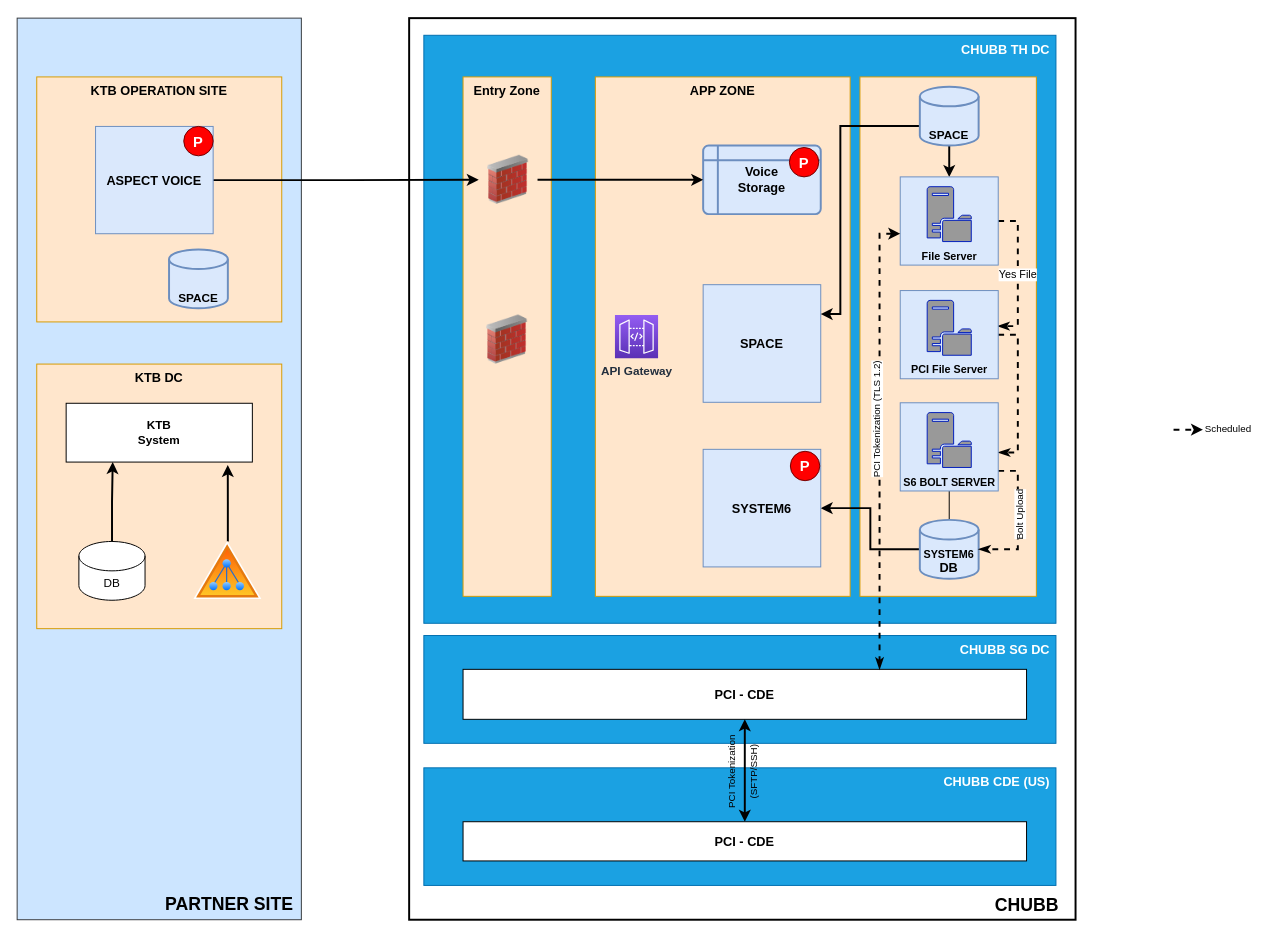
This is KTB.drawio from saileshsharma/saileshsharma, a draw.io file, before an edit. Source tidied: cells renumbered, new cells numbered last; positions are measured from the earlier drawing's top-left corner, leaving out a move shared by most shapes. Both pictures are drawn from the tidied source at 98%, with x=0, y=0 at pixel (17, 18).
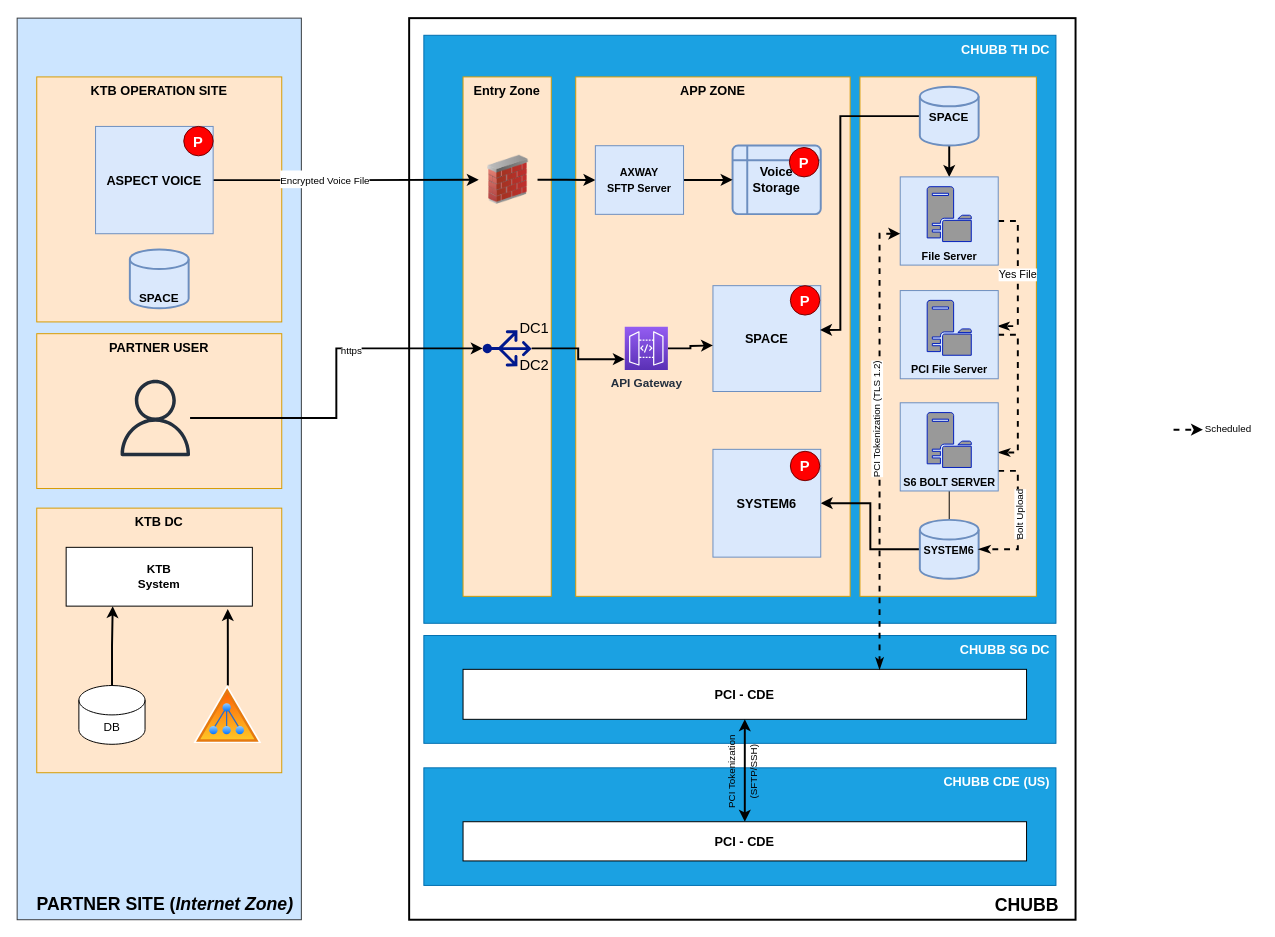
Above is the later version.

Unchanged cells that the change refers to:
```xml
<mxCell id="32" style="rounded=0;whiteSpace=wrap;html=1;labelBackgroundColor=default;fontSize=10;strokeColor=#6c8ebf;strokeWidth=1;fillColor=#dae8fc;fontStyle=1;" parent="1" vertex="1">
  <mxGeometry x="901.1" y="162" width="100" height="90" as="geometry" />
</mxCell>
<mxCell id="48" style="edgeStyle=orthogonalEdgeStyle;rounded=0;jettySize=auto;html=1;entryX=0;entryY=0.5;entryDx=0;entryDy=0;fontSize=15;fontColor=#000000;strokeWidth=2;" parent="1" edge="1" source="49" target="53">
  <mxGeometry relative="1" as="geometry" />
</mxCell>
<mxCell id="53" style="image;html=1;image=img/lib/clip_art/networking/Firewall_02_128x128.png;fontSize=13;fillColor=default;" parent="1" vertex="1">
  <mxGeometry x="471" y="140" width="60" height="50" as="geometry" />
</mxCell>
```

What changed in the source:
```diff
@@
-    <mxCell id="2" value="&lt;div style=&quot;&quot;&gt;&lt;span style=&quot;background-color: initial; font-size: 18px;&quot;&gt;&lt;b&gt;PARTNER SITE&lt;/b&gt;&lt;/span&gt;&lt;/div&gt;" style="rounded=0;whiteSpace=wrap;html=1;fillColor=#cce5ff;strokeColor=#36393d;verticalAlign=bottom;align=right;spacingRight=6;spacingBottom=1;" parent="1" vertex="1">
+    <mxCell id="2" value="&lt;div style=&quot;&quot;&gt;&lt;span style=&quot;background-color: initial; font-size: 18px;&quot;&gt;&lt;b&gt;PARTNER SITE (&lt;i&gt;Internet Zone)&lt;/i&gt;&lt;/b&gt;&lt;/span&gt;&lt;/div&gt;" style="rounded=0;whiteSpace=wrap;html=1;fillColor=#cce5ff;strokeColor=#36393d;verticalAlign=bottom;align=right;spacingRight=6;spacingBottom=1;" parent="1" vertex="1">
       <mxGeometry width="290" height="920" as="geometry" />
     </mxCell>
     <mxCell id="3" value="KTB DC" style="rounded=0;whiteSpace=wrap;html=1;verticalAlign=top;fontStyle=1;fontSize=13;fillColor=#ffe6cc;strokeColor=#d79b00;" parent="1" vertex="1">
-      <mxGeometry x="20" y="353" width="250" height="270" as="geometry" />
+      <mxGeometry x="20" y="500" width="250" height="270" as="geometry" />
     </mxCell>
@@
     <mxCell id="5" value="DB" style="shape=cylinder3;whiteSpace=wrap;html=1;boundedLbl=1;backgroundOutline=1;size=15;" parent="1" vertex="1">
-      <mxGeometry x="63" y="534" width="67.5" height="60" as="geometry" />
+      <mxGeometry x="63" y="681" width="67.5" height="60" as="geometry" />
     </mxCell>
@@
     <mxCell id="7" style="perimeter=ellipsePerimeter;html=1;align=center;shadow=0;dashed=0;spacingTop=3;image;image=img/lib/active_directory/active_directory.svg;" parent="1" vertex="1">
-      <mxGeometry x="180" y="534" width="70" height="59.5" as="geometry" />
+      <mxGeometry x="180" y="681" width="70" height="59.5" as="geometry" />
     </mxCell>
     <mxCell id="8" value="&lt;b&gt;KTB&lt;br&gt;System&lt;/b&gt;" style="rounded=0;whiteSpace=wrap;html=1;" parent="1" vertex="1">
-      <mxGeometry x="50" y="393" width="190" height="60" as="geometry" />
+      <mxGeometry x="50" y="540" width="190" height="60" as="geometry" />
     </mxCell>
@@
     <mxCell id="12" value="APP ZONE" style="rounded=0;whiteSpace=wrap;html=1;verticalAlign=top;fontStyle=1;fontSize=13;fillColor=#ffe6cc;strokeColor=#d79b00;" parent="1" vertex="1">
-      <mxGeometry x="590" y="60" width="260" height="530" as="geometry" />
+      <mxGeometry x="570" y="60" width="280" height="530" as="geometry" />
     </mxCell>
-    <mxCell id="13" style="image;html=1;image=img/lib/clip_art/networking/Firewall_02_128x128.png;fontSize=13;fillColor=default;" parent="1" vertex="1">
-      <mxGeometry x="470" y="303" width="60" height="50" as="geometry" />
-    </mxCell>
@@
     <mxCell id="15" value="SPACE" style="rounded=0;whiteSpace=wrap;html=1;fontSize=13;fillColor=#dae8fc;strokeColor=#6c8ebf;fontStyle=1;" parent="1" vertex="1">
-      <mxGeometry x="700" y="272" width="120" height="120" as="geometry" />
+      <mxGeometry x="710" y="273" width="110" height="108" as="geometry" />
     </mxCell>
     <mxCell id="16" value="Voice&lt;br&gt;Storage" style="shape=internalStorage;whiteSpace=wrap;html=1;dx=15;dy=15;rounded=1;arcSize=8;strokeWidth=2;fontSize=13;fillColor=#dae8fc;strokeColor=#6c8ebf;fontStyle=1;" parent="1" vertex="1">
-      <mxGeometry x="700" y="130" width="120" height="70" as="geometry" />
+      <mxGeometry x="730" y="130" width="90" height="70" as="geometry" />
     </mxCell>
@@
-    <mxCell id="19" value="&lt;b&gt;&lt;span style=&quot;font-size: 11px;&quot;&gt;SYSTEM6&lt;br&gt;&lt;/span&gt;DB&lt;/b&gt;" style="strokeWidth=2;html=1;shape=mxgraph.flowchart.database;whiteSpace=wrap;fontSize=13;fillColor=#dae8fc;verticalAlign=bottom;strokeColor=#6c8ebf;" parent="1" vertex="1">
+    <mxCell id="19" value="&lt;b&gt;&lt;span style=&quot;font-size: 11px;&quot;&gt;SYSTEM6&lt;/span&gt;&lt;br&gt;&lt;/b&gt;" style="strokeWidth=2;html=1;shape=mxgraph.flowchart.database;whiteSpace=wrap;fontSize=13;fillColor=#dae8fc;verticalAlign=middle;strokeColor=#6c8ebf;" parent="1" vertex="1">
       <mxGeometry x="921.1" y="512" width="60" height="60" as="geometry" />
     </mxCell>
+    <mxCell id="21" style="edgeStyle=orthogonalEdgeStyle;rounded=0;jettySize=auto;html=1;entryX=0.5;entryY=0;entryDx=0;entryDy=0;fontSize=15;fontColor=#000000;strokeWidth=2;" parent="1" edge="1" source="22" target="32">
+      <mxGeometry relative="1" as="geometry" />
+    </mxCell>
-    <mxCell id="20" style="edgeStyle=orthogonalEdgeStyle;rounded=0;jettySize=auto;html=1;entryX=1;entryY=0.25;entryDx=0;entryDy=0;fontSize=15;fontColor=#000000;strokeWidth=2;" parent="1" edge="1" source="22" target="15">
+    <mxCell id="20" style="edgeStyle=orthogonalEdgeStyle;rounded=0;jettySize=auto;html=1;entryX=0.994;entryY=0.418;entryDx=0;entryDy=0;entryPerimeter=0;fontSize=15;fontColor=#000000;strokeWidth=2;" parent="1" edge="1" source="22" target="15">
       <mxGeometry relative="1" as="geometry">
         <Array as="points">
-          <mxPoint x="840" y="110" />
-          <mxPoint x="840" y="302" />
+          <mxPoint x="840" y="100" />
+          <mxPoint x="840" y="318" />
         </Array>
       </mxGeometry>
     </mxCell>
-    <mxCell id="21" style="edgeStyle=orthogonalEdgeStyle;rounded=0;jettySize=auto;html=1;entryX=0.5;entryY=0;entryDx=0;entryDy=0;fontSize=15;fontColor=#000000;strokeWidth=2;" parent="1" edge="1" source="22" target="32">
-      <mxGeometry relative="1" as="geometry" />
-    </mxCell>
-    <mxCell id="22" value="&lt;span style=&quot;font-size: 12px;&quot;&gt;&lt;b&gt;SPACE&lt;/b&gt;&lt;/span&gt;" style="strokeWidth=2;html=1;shape=mxgraph.flowchart.database;whiteSpace=wrap;fontSize=13;fillColor=#dae8fc;verticalAlign=bottom;strokeColor=#6c8ebf;" parent="1" vertex="1">
+    <mxCell id="22" value="&lt;span style=&quot;font-size: 12px;&quot;&gt;&lt;b&gt;SPACE&lt;/b&gt;&lt;/span&gt;" style="strokeWidth=2;html=1;shape=mxgraph.flowchart.database;whiteSpace=wrap;fontSize=13;fillColor=#dae8fc;verticalAlign=middle;strokeColor=#6c8ebf;" parent="1" vertex="1">
       <mxGeometry x="921.1" y="70" width="60" height="60" as="geometry" />
     </mxCell>
+    <mxCell id="54" style="edgeStyle=orthogonalEdgeStyle;rounded=0;jettySize=auto;html=1;fontSize=15;fontColor=#000000;strokeWidth=2;" parent="1" edge="1" source="23">
+      <mxGeometry relative="1" as="geometry">
+        <mxPoint x="710" y="334" as="targetPoint" />
+      </mxGeometry>
+    </mxCell>
     <mxCell id="23" value="&lt;b&gt;API Gateway&lt;/b&gt;" style="sketch=0;points=[[0,0,0],[0.25,0,0],[0.5,0,0],[0.75,0,0],[1,0,0],[0,1,0],[0.25,1,0],[0.5,1,0],[0.75,1,0],[1,1,0],[0,0.25,0],[0,0.5,0],[0,0.75,0],[1,0.25,0],[1,0.5,0],[1,0.75,0]];outlineConnect=0;fontColor=#232F3E;gradientColor=#945DF2;gradientDirection=north;fillColor=#5A30B5;strokeColor=#ffffff;dashed=0;verticalLabelPosition=bottom;verticalAlign=top;align=center;html=1;fontSize=12;fontStyle=0;shape=mxgraph.aws4.resourceIcon;resIcon=mxgraph.aws4.api_gateway;" parent="1" vertex="1">
-      <mxGeometry x="610" y="303" width="44" height="44" as="geometry" />
+      <mxGeometry x="620" y="315" width="44" height="44" as="geometry" />
     </mxCell>
     <mxCell id="24" value="&lt;b&gt;SYSTEM6&lt;/b&gt;" style="rounded=0;whiteSpace=wrap;html=1;fontSize=13;fillColor=#dae8fc;strokeColor=#6c8ebf;" parent="1" vertex="1">
-      <mxGeometry x="700" y="440" width="120" height="120" as="geometry" />
+      <mxGeometry x="710" y="440" width="110" height="110" as="geometry" />
     </mxCell>
@@
+    <mxCell id="55" value="&lt;font style=&quot;font-size: 10px;&quot;&gt;Encrypted Voice File&lt;/font&gt;" style="edgeLabel;html=1;align=center;verticalAlign=middle;fontSize=15;fontColor=#000000;" parent="48" vertex="1">
+      <mxGeometry x="-0.17" y="2" relative="1" as="geometry" />
+    </mxCell>
@@
     <mxCell id="50" value="&lt;span style=&quot;font-size: 12px;&quot;&gt;&lt;b&gt;SPACE&lt;/b&gt;&lt;/span&gt;" style="strokeWidth=2;html=1;shape=mxgraph.flowchart.database;whiteSpace=wrap;fontSize=13;fillColor=#dae8fc;verticalAlign=bottom;strokeColor=#6c8ebf;" parent="1" vertex="1">
-      <mxGeometry x="155" y="236" width="60" height="60" as="geometry" />
+      <mxGeometry x="115" y="236" width="60" height="60" as="geometry" />
     </mxCell>
@@
-    <mxCell id="52" style="edgeStyle=orthogonalEdgeStyle;rounded=0;jettySize=auto;html=1;entryX=0;entryY=0.5;entryDx=0;entryDy=0;fontSize=15;fontColor=#000000;strokeWidth=2;" parent="1" edge="1" source="53" target="16">
-      <mxGeometry relative="1" as="geometry" />
-    </mxCell>
+    <mxCell id="56" style="edgeStyle=orthogonalEdgeStyle;rounded=0;jettySize=auto;html=1;fontSize=11;fontColor=#000000;strokeWidth=2;" parent="1" edge="1" source="53" target="68">
+      <mxGeometry relative="1" as="geometry" />
+    </mxCell>
@@
+    <mxCell id="57" value="&lt;span style=&quot;font-size: 15px;&quot;&gt;P&lt;/span&gt;" style="ellipse;whiteSpace=wrap;html=1;fillColor=#FF0000;fontColor=#ffffff;strokeColor=#6F0000;fontSize=15;fontStyle=1;" parent="1" vertex="1">
+      <mxGeometry x="789" y="273" width="30" height="30" as="geometry" />
+    </mxCell>
+    <mxCell id="58" style="edgeStyle=orthogonalEdgeStyle;rounded=0;jettySize=auto;html=1;entryX=0;entryY=0.75;entryDx=0;entryDy=0;entryPerimeter=0;fontSize=15;fontColor=#000000;strokeWidth=2;" parent="1" edge="1" source="59" target="23">
+      <mxGeometry relative="1" as="geometry" />
+    </mxCell>
+    <mxCell id="59" style="sketch=0;shadow=0;dashed=0;html=1;strokeColor=none;labelPosition=center;verticalLabelPosition=bottom;verticalAlign=top;align=center;fillColor=#00188D;shape=mxgraph.azure.load_balancer_generic;fontSize=15;fontColor=#000000;rotation=-90;" parent="1" vertex="1">
+      <mxGeometry x="481.5" y="312" width="37" height="50" as="geometry" />
+    </mxCell>
+    <mxCell id="60" value="DC1" style="text;html=1;strokeColor=none;fillColor=none;align=center;verticalAlign=middle;whiteSpace=wrap;rounded=0;fontSize=15;fontColor=#000000;" parent="1" vertex="1">
+      <mxGeometry x="498" y="300.5" width="60" height="30" as="geometry" />
+    </mxCell>
+    <mxCell id="61" value="DC2" style="text;html=1;strokeColor=none;fillColor=none;align=center;verticalAlign=middle;whiteSpace=wrap;rounded=0;fontSize=15;fontColor=#000000;" parent="1" vertex="1">
+      <mxGeometry x="498" y="339" width="60" height="30" as="geometry" />
+    </mxCell>
+    <mxCell id="62" style="sketch=0;fontColor=#232F3E;gradientColor=none;fillColor=#232F3D;strokeColor=none;dashed=0;verticalLabelPosition=bottom;verticalAlign=top;align=center;html=1;fontSize=12;fontStyle=0;shape=mxgraph.aws4.user;" parent="1" vertex="1">
+      <mxGeometry x="97" y="344" width="78" height="78" as="geometry" />
+    </mxCell>
+    <mxCell id="63" value="PARTNER USER" style="rounded=0;whiteSpace=wrap;html=1;verticalAlign=top;fontStyle=1;fontSize=13;fillColor=#ffe6cc;strokeColor=#d79b00;" parent="1" vertex="1">
+      <mxGeometry x="20" y="322" width="250" height="158" as="geometry" />
+    </mxCell>
+    <mxCell id="64" style="edgeStyle=orthogonalEdgeStyle;rounded=0;jettySize=auto;html=1;entryX=0.5;entryY=0;entryDx=0;entryDy=0;entryPerimeter=0;fontSize=15;fontColor=#000000;strokeWidth=2;" parent="1" edge="1" source="66" target="59">
+      <mxGeometry relative="1" as="geometry" />
+    </mxCell>
+    <mxCell id="65" value="https" style="edgeLabel;html=1;align=center;verticalAlign=middle;fontSize=10;fontColor=#000000;" parent="64" vertex="1">
+      <mxGeometry x="0.27" y="-1" relative="1" as="geometry" />
+    </mxCell>
+    <mxCell id="66" style="sketch=0;outlineConnect=0;fontColor=#232F3E;gradientColor=none;fillColor=#232F3D;strokeColor=none;dashed=0;verticalLabelPosition=bottom;verticalAlign=top;align=center;html=1;fontSize=12;fontStyle=0;shape=mxgraph.aws4.user;" parent="1" vertex="1">
+      <mxGeometry x="102" y="369" width="78" height="78" as="geometry" />
+    </mxCell>
+    <mxCell id="67" style="edgeStyle=orthogonalEdgeStyle;rounded=0;jettySize=auto;html=1;fontSize=11;fontColor=#000000;strokeWidth=2;" parent="1" edge="1" source="68" target="16">
+      <mxGeometry relative="1" as="geometry" />
+    </mxCell>
+    <mxCell id="68" value="&lt;font style=&quot;font-size: 11px;&quot;&gt;AXWAY&lt;br&gt;SFTP Server&lt;/font&gt;" style="rounded=0;whiteSpace=wrap;html=1;fontSize=13;fillColor=#dae8fc;strokeColor=#6c8ebf;fontStyle=1;" parent="1" vertex="1">
+      <mxGeometry x="590" y="130.2" width="90" height="70" as="geometry" />
+    </mxCell>
```
